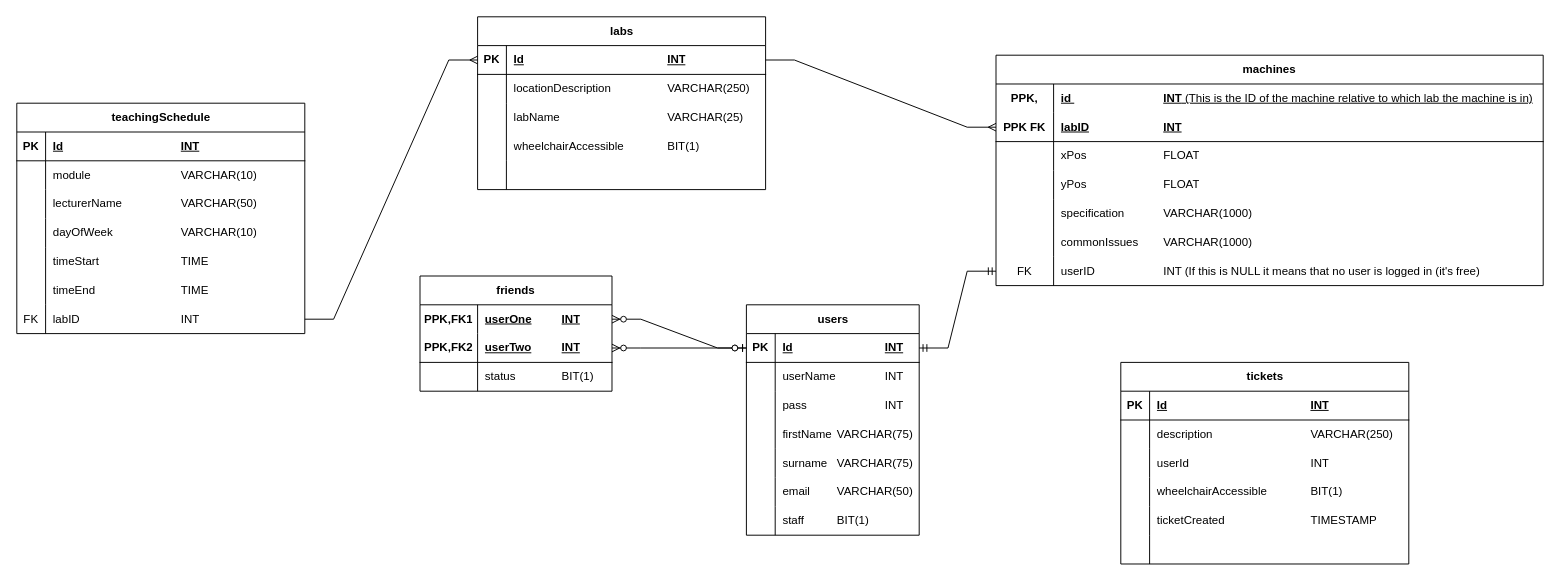
Before: LabFlow/LabFlow/assets/dissertation.drawio in chas-lad/LabFlow, a draw.io diagram. Source tidied: cells renumbered, new cells numbered last; positions are measured from the earlier drawing's top-left corner, leaving out a move shared by most shapes. Both pictures are drawn from the tidied source at 96%, with x=0, y=0 at pixel (16, 16).
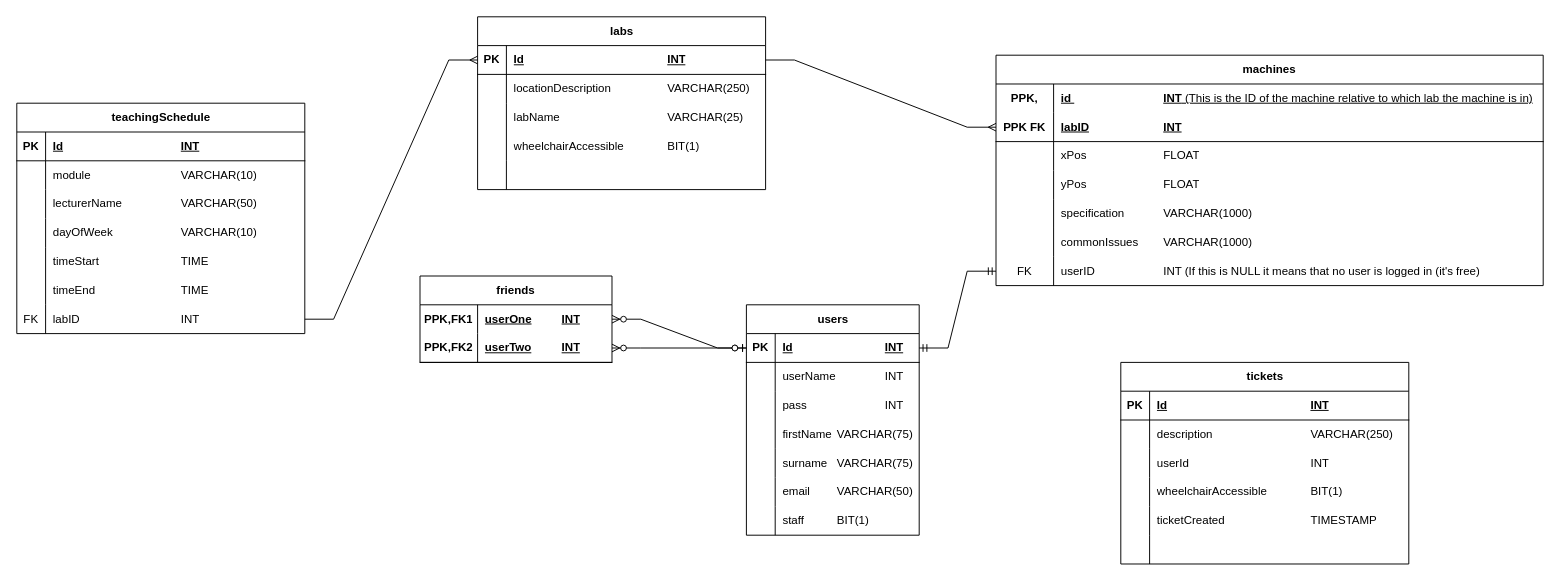
The same diagram, later.

Change to the diagram source:
```diff
@@
     <mxCell id="40" value="friends" style="shape=table;startSize=30;childLayout=tableLayout;rowLines=0;fontStyle=1;align=center;html=1;whiteSpace=wrap;" parent="1" vertex="1">
-      <mxGeometry x="420" y="270" width="200" height="120" as="geometry" />
+      <mxGeometry x="420" y="270" width="200" height="90" as="geometry" />
     </mxCell>
@@
-    <mxCell id="47" style="shape=tableRow;horizontal=0;startSize=0;swimlaneHead=0;swimlaneBody=0;fillColor=none;top=0;left=0;right=0;bottom=0;html=1;" parent="40" vertex="1">
-      <mxGeometry y="90" width="200" height="30" as="geometry" />
-    </mxCell>
-    <mxCell id="48" style="shape=partialRectangle;fillColor=none;top=0;left=0;bottom=0;right=0;overflow=hidden;html=1;whiteSpace=wrap;" parent="47" vertex="1">
-      <mxGeometry width="60" height="30" as="geometry" />
-    </mxCell>
-    <mxCell id="49" value="status&#9;&lt;span style=&quot;border-color: var(--border-color);&quot;&gt;&lt;span style=&quot;white-space: pre;&quot;&gt;&amp;nbsp;&amp;nbsp;&amp;nbsp;&amp;nbsp;&lt;/span&gt;&lt;/span&gt;&lt;span style=&quot;border-color: var(--border-color);&quot;&gt;&lt;span style=&quot;white-space: pre;&quot;&gt;&amp;nbsp;&amp;nbsp;&amp;nbsp;&amp;nbsp;&lt;span style=&quot;white-space: pre;&quot;&gt;&#9;&lt;/span&gt;&lt;/span&gt;&lt;/span&gt;BIT(1)" style="shape=partialRectangle;fillColor=none;top=0;left=0;bottom=0;right=0;align=left;spacingLeft=6;overflow=hidden;html=1;whiteSpace=wrap;" parent="47" vertex="1">
-      <mxGeometry x="60" width="140" height="30" as="geometry" />
-    </mxCell>
```
